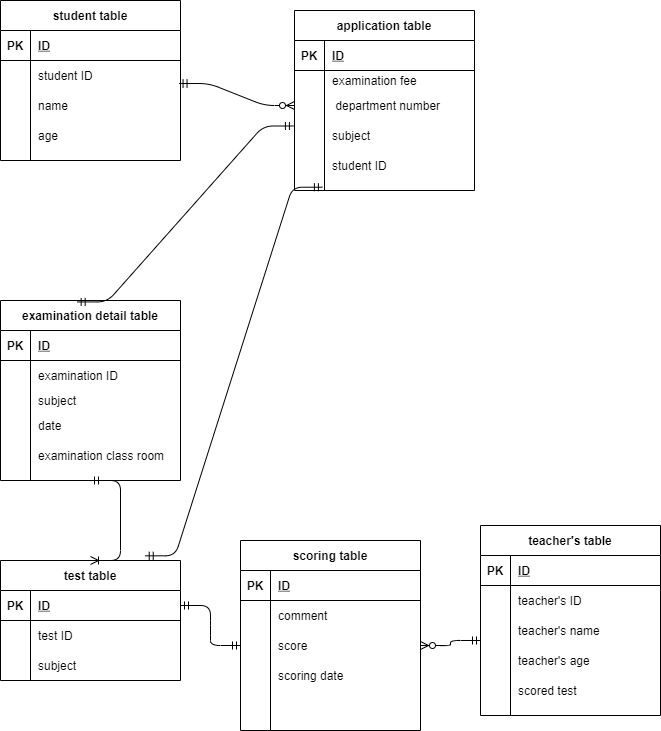
Above: index.drawio.png in shumpei0601/database (draw.io), before the change. Source tidied: cells renumbered, new cells last; positions are measured from the earlier drawing's top-left corner, leaving out a move shared by most shapes.
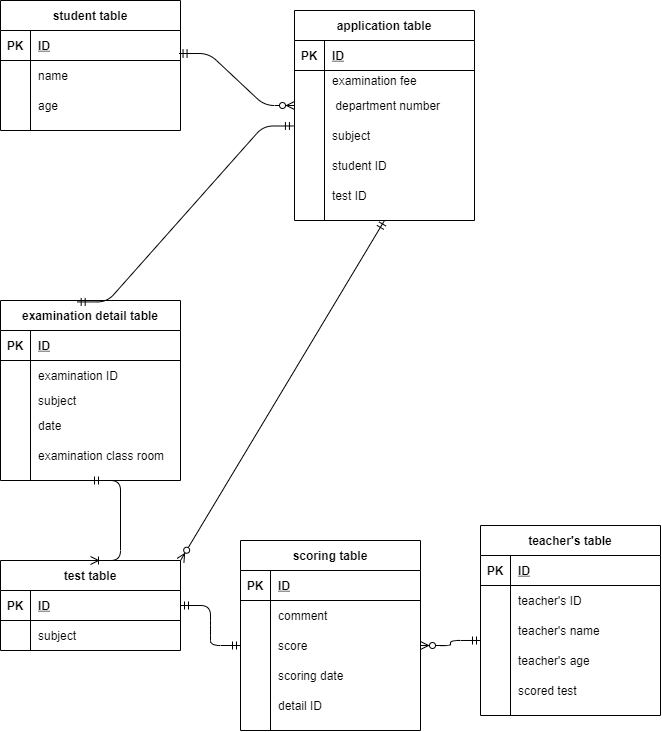
Later version of the same file.

The edit, as a diff of the source:
```diff
@@ -3,7 +3,7 @@
     <mxCell id="0" />
     <mxCell id="1" parent="0" />
     <mxCell id="2" value="test table" style="shape=table;startSize=30;rowLines=0;fontStyle=1;align=center;" parent="1" vertex="1">
-      <mxGeometry y="560" width="180" height="120" as="geometry" />
+      <mxGeometry y="560" width="180" height="90" as="geometry" />
     </mxCell>
     <mxCell id="3" style="shape=partialRectangle;fillColor=none;top=0;left=0;bottom=1;right=0;points=[[0,0.5],[1,0.5]];portConstraint=eastwest;" parent="2" vertex="1">
       <mxGeometry y="30" width="180" height="30" as="geometry" />
@@ -14,17 +14,8 @@
     <mxCell id="5" value="ID" style="shape=partialRectangle;fillColor=none;top=0;left=0;bottom=0;right=0;align=left;spacingLeft=6;fontStyle=5;overflow=hidden;" parent="3" vertex="1">
       <mxGeometry x="30" width="150" height="30" as="geometry" />
     </mxCell>
-    <mxCell id="6" style="shape=partialRectangle;fillColor=none;top=0;left=0;bottom=0;right=0;" parent="2" vertex="1">
-      <mxGeometry y="60" width="180" height="30" as="geometry" />
-    </mxCell>
-    <mxCell id="7" style="shape=partialRectangle;fillColor=none;top=0;left=0;bottom=0;right=0;overflow=hidden;" parent="6" vertex="1">
-      <mxGeometry width="30" height="30" as="geometry" />
-    </mxCell>
-    <mxCell id="8" value="test ID" style="shape=partialRectangle;fillColor=none;top=0;left=0;bottom=0;right=0;align=left;spacingLeft=6;overflow=hidden;" parent="6" vertex="1">
-      <mxGeometry x="30" width="150" height="30" as="geometry" />
-    </mxCell>
     <mxCell id="9" style="shape=partialRectangle;fillColor=none;top=0;left=0;bottom=0;right=0;" parent="2" vertex="1">
-      <mxGeometry y="90" width="180" height="30" as="geometry" />
+      <mxGeometry y="60" width="180" height="30" as="geometry" />
     </mxCell>
     <mxCell id="10" style="shape=partialRectangle;fillColor=none;top=0;left=0;bottom=0;right=0;overflow=hidden;" parent="9" vertex="1">
       <mxGeometry width="30" height="30" as="geometry" />
@@ -33,7 +24,7 @@
       <mxGeometry x="30" width="150" height="30" as="geometry" />
     </mxCell>
     <mxCell id="12" value="student table" style="shape=table;startSize=30;rowLines=0;fontStyle=1;align=center;" parent="1" vertex="1">
-      <mxGeometry width="180" height="160" as="geometry" />
+      <mxGeometry width="180" height="130" as="geometry" />
     </mxCell>
     <mxCell id="13" style="shape=partialRectangle;fillColor=none;top=0;left=0;bottom=1;right=0;" parent="12" vertex="1">
       <mxGeometry y="30" width="180" height="30" as="geometry" />
@@ -44,17 +35,8 @@
     <mxCell id="15" value="ID" style="shape=partialRectangle;fillColor=none;top=0;left=0;bottom=0;right=0;align=left;spacingLeft=6;fontStyle=5;overflow=hidden;" parent="13" vertex="1">
       <mxGeometry x="30" width="150" height="30" as="geometry" />
     </mxCell>
-    <mxCell id="16" style="shape=partialRectangle;fillColor=none;top=0;left=0;bottom=0;right=0;" parent="12" vertex="1">
-      <mxGeometry y="60" width="180" height="30" as="geometry" />
-    </mxCell>
-    <mxCell id="17" style="shape=partialRectangle;fillColor=none;top=0;left=0;bottom=0;right=0;overflow=hidden;" parent="16" vertex="1">
-      <mxGeometry width="30" height="30" as="geometry" />
-    </mxCell>
-    <mxCell id="18" value="student ID" style="shape=partialRectangle;fillColor=none;top=0;left=0;bottom=0;right=0;align=left;spacingLeft=6;overflow=hidden;" parent="16" vertex="1">
-      <mxGeometry x="30" width="150" height="30" as="geometry" />
-    </mxCell>
     <mxCell id="19" style="shape=partialRectangle;fillColor=none;top=0;left=0;bottom=0;right=0;points=[[0,0.5],[1,0.5]];portConstraint=eastwest;" parent="12" vertex="1">
-      <mxGeometry y="90" width="180" height="30" as="geometry" />
+      <mxGeometry y="60" width="180" height="30" as="geometry" />
     </mxCell>
     <mxCell id="20" style="shape=partialRectangle;fillColor=none;top=0;left=0;bottom=0;right=0;overflow=hidden;" parent="19" vertex="1">
       <mxGeometry width="30" height="30" as="geometry" />
@@ -63,7 +45,7 @@
       <mxGeometry x="30" width="150" height="30" as="geometry" />
     </mxCell>
     <mxCell id="22" style="shape=partialRectangle;fillColor=none;top=0;left=0;bottom=0;right=0;" parent="12" vertex="1">
-      <mxGeometry y="120" width="180" height="30" as="geometry" />
+      <mxGeometry y="90" width="180" height="30" as="geometry" />
     </mxCell>
     <mxCell id="23" style="shape=partialRectangle;fillColor=none;top=0;left=0;bottom=0;right=0;overflow=hidden;" parent="22" vertex="1">
       <mxGeometry width="30" height="30" as="geometry" />
@@ -168,7 +150,7 @@
       <mxGeometry x="30" width="150" height="30" as="geometry" />
     </mxCell>
     <mxCell id="57" value="application table" style="shape=table;startSize=30;rowLines=0;fontStyle=1;align=center;" parent="1" vertex="1">
-      <mxGeometry x="294" y="10" width="180" height="180" as="geometry" />
+      <mxGeometry x="294" y="10" width="180" height="210" as="geometry" />
     </mxCell>
     <mxCell id="58" style="shape=partialRectangle;fillColor=none;top=0;left=0;bottom=1;right=0;" parent="57" vertex="1">
       <mxGeometry y="30" width="180" height="30" as="geometry" />
@@ -215,6 +197,15 @@
     <mxCell id="72" value="student ID" style="shape=partialRectangle;fillColor=none;top=0;left=0;bottom=0;right=0;align=left;spacingLeft=6;overflow=hidden;" parent="70" vertex="1">
       <mxGeometry x="30" width="150" height="30" as="geometry" />
     </mxCell>
+    <mxCell id="95" style="shape=partialRectangle;fillColor=none;top=0;left=0;bottom=0;right=0;" parent="57" vertex="1">
+      <mxGeometry y="170" width="180" height="30" as="geometry" />
+    </mxCell>
+    <mxCell id="96" style="shape=partialRectangle;fillColor=none;top=0;left=0;bottom=0;right=0;overflow=hidden;" parent="95" vertex="1">
+      <mxGeometry width="30" height="30" as="geometry" />
+    </mxCell>
+    <mxCell id="8" value="test ID" style="shape=partialRectangle;fillColor=none;top=0;left=0;bottom=0;right=0;align=left;spacingLeft=6;overflow=hidden;" parent="95" vertex="1">
+      <mxGeometry x="30" width="150" height="30" as="geometry" />
+    </mxCell>
     <mxCell id="73" style="edgeStyle=entityRelationEdgeStyle;fontSize=12;html=1;endArrow=ERmandOne;startArrow=ERmandOne;exitX=0.426;exitY=0.008;exitDx=0;exitDy=0;exitPerimeter=0;entryX=-0.006;entryY=0.183;entryDx=0;entryDy=0;entryPerimeter=0;" parent="1" edge="1" source="25" target="67">
       <mxGeometry relative="1" as="geometry" />
     </mxCell>
@@ -263,7 +254,7 @@
     <mxCell id="88" style="shape=partialRectangle;fillColor=none;top=0;left=0;bottom=0;right=0;overflow=hidden;" parent="87" vertex="1">
       <mxGeometry width="30" height="30" as="geometry" />
     </mxCell>
-    <mxCell id="89" style="shape=partialRectangle;fillColor=none;top=0;left=0;bottom=0;right=0;align=left;spacingLeft=6;overflow=hidden;" parent="87" vertex="1">
+    <mxCell id="89" value="detail ID" style="shape=partialRectangle;fillColor=none;top=0;left=0;bottom=0;right=0;align=left;spacingLeft=6;overflow=hidden;" parent="87" vertex="1">
       <mxGeometry x="30" width="150" height="30" as="geometry" />
     </mxCell>
     <mxCell id="90" style="edgeStyle=entityRelationEdgeStyle;fontSize=12;html=1;endArrow=ERmandOne;startArrow=ERmandOne;exitX=1;exitY=0.5;exitDx=0;exitDy=0;entryX=0;entryY=0.5;entryDx=0;entryDy=0;" parent="1" edge="1" source="3" target="81">
@@ -280,7 +271,7 @@
     <mxCell id="93" style="edgeStyle=entityRelationEdgeStyle;fontSize=12;html=1;endArrow=ERzeroToMany;startArrow=ERmandOne;exitX=0.992;exitY=-0.233;exitDx=0;exitDy=0;exitPerimeter=0;entryX=0;entryY=0.5;entryDx=0;entryDy=0;" parent="1" edge="1" source="19" target="64">
       <mxGeometry relative="1" as="geometry" />
     </mxCell>
-    <mxCell id="94" style="edgeStyle=entityRelationEdgeStyle;fontSize=12;html=1;endArrow=ERmandOne;startArrow=ERmandOne;entryX=0.155;entryY=1.224;entryDx=0;entryDy=0;entryPerimeter=0;exitX=0.804;exitY=-0.039;exitDx=0;exitDy=0;exitPerimeter=0;" parent="1" edge="1" source="2" target="70">
+    <mxCell id="94" style="fontSize=12;html=1;endArrow=ERzeroToMany;startArrow=ERmandOne;entryX=1;entryY=0;entryDx=0;entryDy=0;exitX=0.5;exitY=1;exitDx=0;exitDy=0;" parent="1" edge="1" source="57" target="2">
       <mxGeometry relative="1" as="geometry" />
     </mxCell>
   </root>
```
